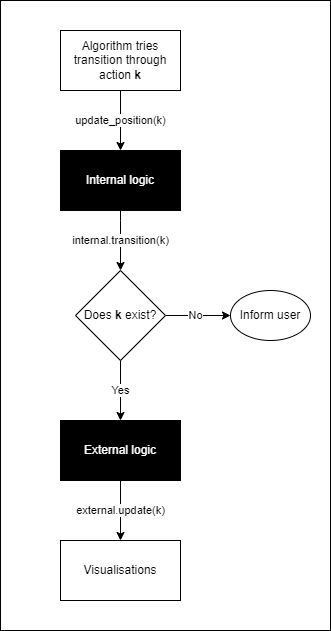
The draw.io diagram misc/diagrams/gym_flowchart.png in filkata123/RSSTP, before a commit. Source tidied: cells renumbered, new cells last; positions are measured from the earlier drawing's top-left corner, leaving out a move shared by most shapes.
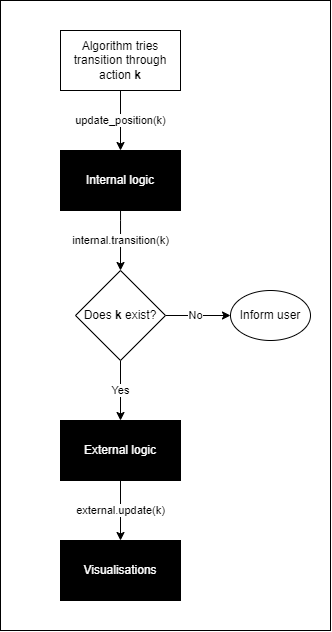
The same file after the commit.

Commit message:
Updated gym flowchart

What changed in the source:
```diff
@@ -40,7 +40,7 @@
     <mxCell id="12" value="Inform user" style="ellipse;whiteSpace=wrap;html=1;fontColor=#000000;" parent="1" vertex="1">
       <mxGeometry x="230" y="290" width="80" height="50" as="geometry" />
     </mxCell>
-    <mxCell id="13" value="Visualisations" style="rounded=0;whiteSpace=wrap;html=1;fontColor=#000000;" parent="1" vertex="1">
+    <mxCell id="13" value="&lt;font color=&quot;#ffffff&quot;&gt;Visualisations&lt;/font&gt;" style="rounded=0;whiteSpace=wrap;html=1;fontColor=#000000;fillColor=#000000;" parent="1" vertex="1">
       <mxGeometry x="60" y="540" width="120" height="60" as="geometry" />
     </mxCell>
   </root>
```
